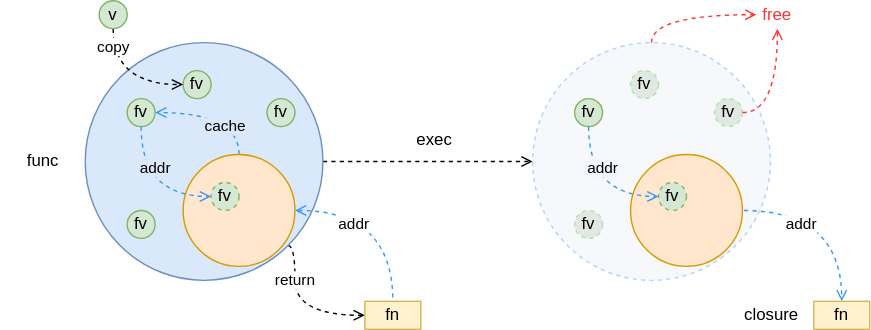
Earlier version of the draw.io export Draw/Go/func&memory&closure.drawio.svg (Zhangbokai614/draw). Source tidied: cells renumbered, new cells last; positions are measured from the earlier drawing's top-left corner, leaving out a move shared by most shapes.
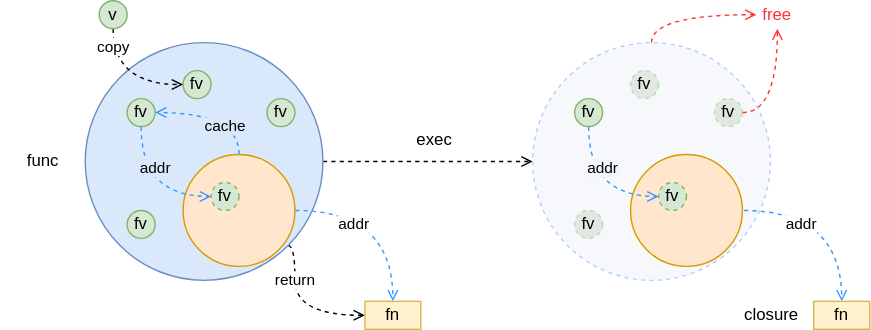
After the change.

Diff of the diagram source:
```diff
@@ -32,7 +32,7 @@
         </Array>
       </mxGeometry>
     </mxCell>
-    <mxCell id="9" value="addr" style="edgeStyle=orthogonalEdgeStyle;rounded=0;jettySize=auto;html=1;exitX=1;exitY=0.5;exitDx=0;exitDy=0;curved=1;dashed=1;endArrow=none;endFill=0;strokeColor=#3399FF;startArrow=open;startFill=0;" parent="1" edge="1" source="10" target="25">
+    <mxCell id="9" value="addr" style="edgeStyle=orthogonalEdgeStyle;rounded=0;jettySize=auto;html=1;exitX=1;exitY=0.5;exitDx=0;exitDy=0;curved=1;dashed=1;endArrow=open;endFill=0;strokeColor=#3399FF;startArrow=none;startFill=0;" parent="1" edge="1" source="10" target="25">
       <mxGeometry x="-0.38" y="-10" relative="1" as="geometry" />
     </mxCell>
     <mxCell id="10" style="ellipse;whiteSpace=wrap;html=1;fillColor=#ffe6cc;strokeColor=#d79b00;" parent="1" vertex="1">
```
